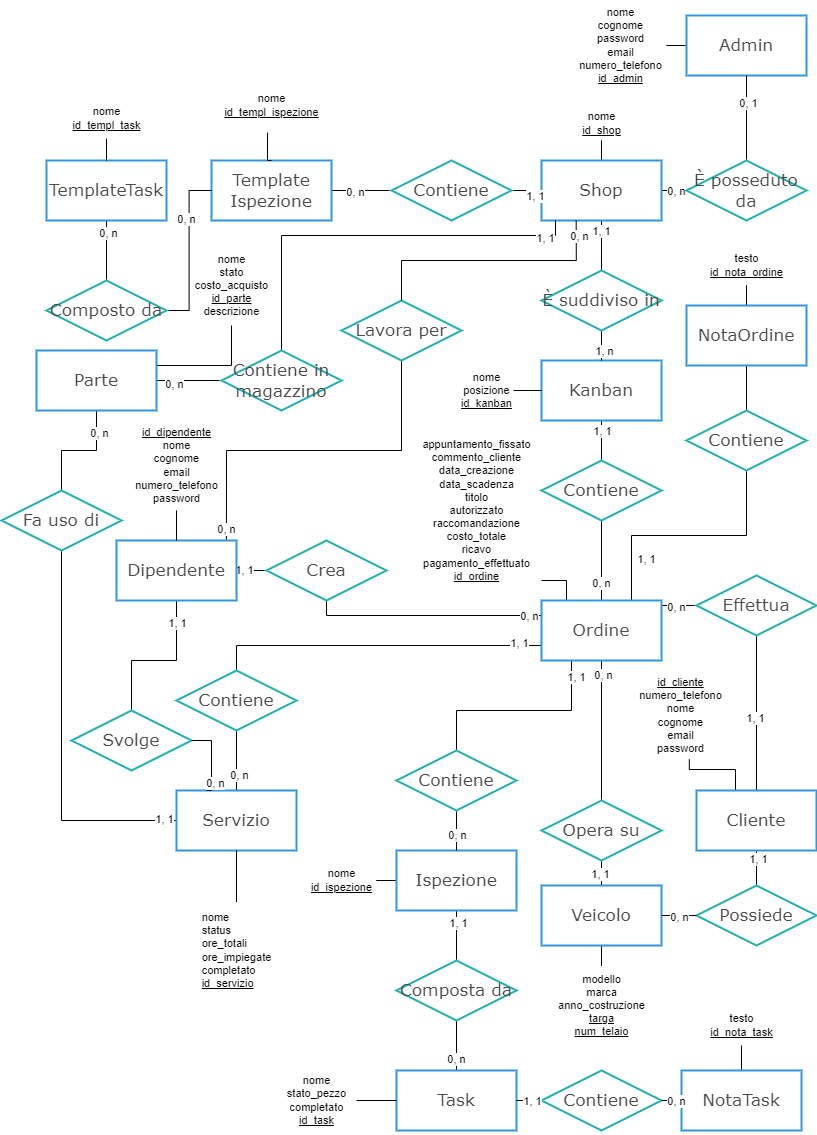
Above: resources/SchemaER.png in Mattia-Gaetano-Greco/Officina (draw.io), before the change. Source tidied: cells renumbered, new cells last; positions are measured from the earlier drawing's top-left corner, leaving out a move shared by most shapes.
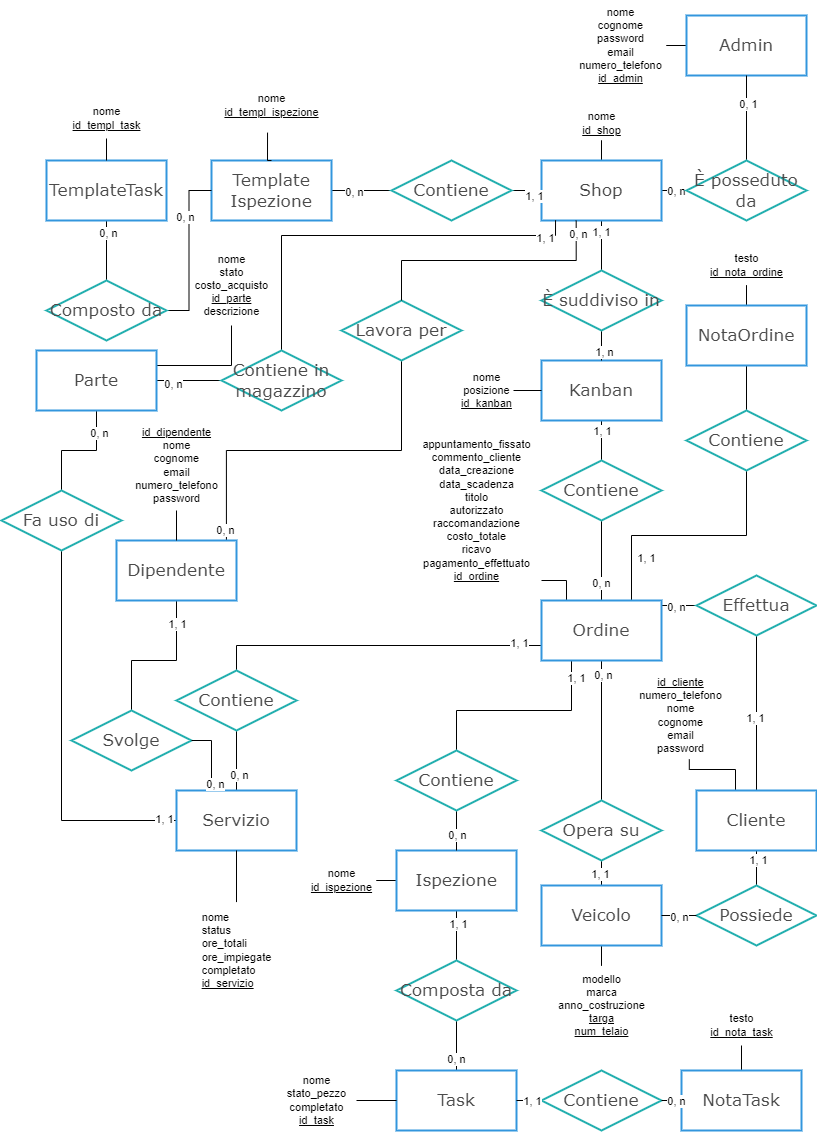
Later version of the same file.

The edit, as a diff of the source:
```diff
@@ -70,18 +70,6 @@
     <mxCell id="16" value="1, 1" style="edgeLabel;html=1;align=center;verticalAlign=middle;" parent="15" vertex="1">
       <mxGeometry x="-0.84" y="4" relative="1" as="geometry" />
     </mxCell>
-    <mxCell id="17" style="rounded=0;jettySize=auto;html=1;entryX=0.5;entryY=1;entryDx=0;entryDy=0;endArrow=none;endFill=0;exitX=0;exitY=0.25;exitDx=0;exitDy=0;edgeStyle=orthogonalEdgeStyle;" parent="1" edge="1" source="21" target="108">
-      <mxGeometry relative="1" as="geometry">
-        <Array as="points">
-          <mxPoint x="325" y="615" />
-        </Array>
-      </mxGeometry>
-    </mxCell>
-    <mxCell id="18" value="0, n" style="edgeLabel;html=1;align=center;verticalAlign=middle;" parent="17" vertex="1">
-      <mxGeometry x="-0.89" relative="1" as="geometry">
-        <mxPoint x="-1" as="offset" />
-      </mxGeometry>
-    </mxCell>
     <mxCell id="19" style="rounded=0;jettySize=auto;html=1;entryX=0.5;entryY=0;entryDx=0;entryDy=0;endArrow=none;endFill=0;exitX=0;exitY=0.75;exitDx=0;exitDy=0;edgeStyle=orthogonalEdgeStyle;" parent="1" edge="1" source="21" target="109">
       <mxGeometry relative="1" as="geometry" />
     </mxCell>
@@ -142,14 +130,6 @@
         <mxPoint x="1" as="offset" />
       </mxGeometry>
     </mxCell>
-    <mxCell id="34" style="rounded=0;jettySize=auto;html=1;entryX=0;entryY=0.5;entryDx=0;entryDy=0;endArrow=none;endFill=0;exitX=1;exitY=0.5;exitDx=0;exitDy=0;" parent="1" edge="1" source="38" target="108">
-      <mxGeometry relative="1" as="geometry" />
-    </mxCell>
-    <mxCell id="35" value="1, 1" style="edgeLabel;html=1;align=center;verticalAlign=middle;" parent="34" vertex="1">
-      <mxGeometry x="-0.46" y="1" relative="1" as="geometry">
-        <mxPoint x="-1" as="offset" />
-      </mxGeometry>
-    </mxCell>
     <mxCell id="36" style="edgeStyle=orthogonalEdgeStyle;rounded=0;jettySize=auto;html=1;exitX=0.916;exitY=0.006;exitDx=0;exitDy=0;entryX=0.5;entryY=1;entryDx=0;entryDy=0;exitPerimeter=0;endArrow=none;endFill=0;" parent="1" edge="1" source="38" target="133">
       <mxGeometry relative="1" as="geometry" />
     </mxCell>
@@ -393,9 +373,6 @@
     <mxCell id="107" value="&lt;div style=&quot;text-align: left; font-size: 11px;&quot;&gt;&lt;span style=&quot;background-color: initial; font-size: 11px;&quot;&gt;nome&lt;/span&gt;&lt;/div&gt;&lt;div style=&quot;text-align: left; font-size: 11px;&quot;&gt;&lt;span style=&quot;background-color: initial; font-size: 11px;&quot;&gt;status&lt;/span&gt;&lt;/div&gt;&lt;div style=&quot;text-align: left; font-size: 11px;&quot;&gt;&lt;span style=&quot;background-color: initial; font-size: 11px;&quot;&gt;ore_totali&lt;/span&gt;&lt;/div&gt;&lt;div style=&quot;text-align: left; font-size: 11px;&quot;&gt;&lt;span style=&quot;background-color: initial; font-size: 11px;&quot;&gt;ore_impiegate&lt;/span&gt;&lt;/div&gt;&lt;div style=&quot;text-align: left; font-size: 11px;&quot;&gt;&lt;span style=&quot;background-color: initial; font-size: 11px;&quot;&gt;completato&lt;br style=&quot;font-size: 11px;&quot;&gt;&lt;/span&gt;&lt;/div&gt;&lt;div style=&quot;text-align: left; font-size: 11px;&quot;&gt;&lt;span style=&quot;background-color: initial; font-size: 11px;&quot;&gt;&lt;u style=&quot;font-size: 11px;&quot;&gt;id_servizio&lt;/u&gt;&lt;/span&gt;&lt;/div&gt;" style="text;html=1;align=center;verticalAlign=middle;points=[];strokeColor=none;fillColor=none;fontSize=11;fontFamily=Helvetica;fontColor=default;" parent="1" vertex="1">
       <mxGeometry x="190" y="905" width="90" height="90" as="geometry" />
     </mxCell>
-    <mxCell id="108" value="Crea" style="rhombus;whiteSpace=wrap;html=1;strokeWidth=2;strokeColor=#24afaf;fontFamily=Verdana;fontSize=17;fontColor=#4B4B4B;" parent="1" vertex="1">
-      <mxGeometry x="265" y="540" width="120" height="60" as="geometry" />
-    </mxCell>
     <mxCell id="109" value="Contiene" style="rhombus;whiteSpace=wrap;html=1;strokeWidth=2;strokeColor=#24afaf;fontFamily=Verdana;fontSize=17;fontColor=#4B4B4B;" parent="1" vertex="1">
       <mxGeometry x="175" y="670" width="120" height="60" as="geometry" />
     </mxCell>
```
